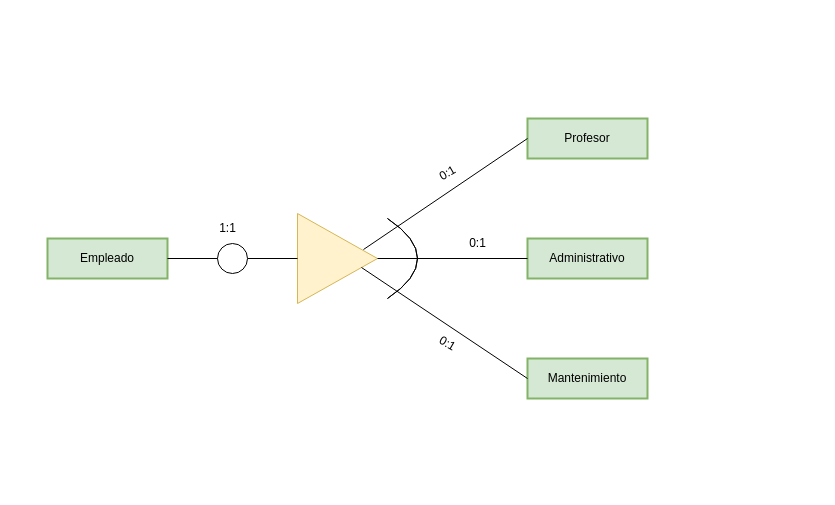
Before: page "EJ7" (5 of 9) of Tareas/Tarea3/Tarea3.drawio in JuanManuelMM/Base-Datos, a draw.io diagram. Source tidied: cells renumbered, new cells numbered last; positions are measured from the earlier drawing's top-left corner, leaving out a move shared by most shapes. Both pictures are drawn from the tidied source at 100%, with x=0, y=0 at pixel (47, 118).
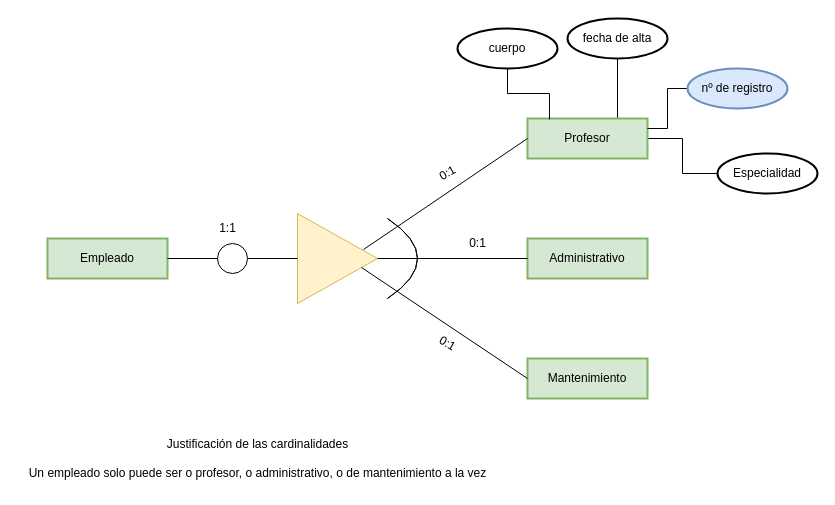
The same diagram, later.

Unchanged cells that the change refers to:
```xml
<mxCell id="5" value="Profesor" style="whiteSpace=wrap;html=1;align=center;fillColor=#d5e8d4;strokeColor=#82b366;strokeWidth=2;" parent="1" vertex="1">
  <mxGeometry x="480" width="120" height="40" as="geometry" />
</mxCell>
```

The edit, as a diff of the source:
```diff
@@
+    <mxCell id="18" style="edgeStyle=orthogonalEdgeStyle;rounded=0;jettySize=auto;html=1;exitX=1;exitY=0.5;exitDx=0;exitDy=0;entryX=0;entryY=0.5;entryDx=0;entryDy=0;startArrow=none;startFill=0;endArrow=none;endFill=0;" parent="1" edge="1" source="5" target="23">
+      <mxGeometry relative="1" as="geometry" />
+    </mxCell>
+    <mxCell id="19" style="edgeStyle=orthogonalEdgeStyle;rounded=0;jettySize=auto;html=1;exitX=0.75;exitY=0;exitDx=0;exitDy=0;entryX=0.5;entryY=1;entryDx=0;entryDy=0;startArrow=none;startFill=0;endArrow=none;endFill=0;" parent="1" edge="1" source="5" target="26">
+      <mxGeometry relative="1" as="geometry" />
+    </mxCell>
@@
+    <mxCell id="20" value="Justificación de las cardinalidades&lt;br&gt;&lt;br&gt;Un empleado solo puede ser o profesor, o administrativo, o de mantenimiento a la vez" style="text;html=1;align=center;verticalAlign=middle;strokeColor=none;fillColor=none;" parent="1" vertex="1">
+      <mxGeometry x="-30" y="310" width="480" height="60" as="geometry" />
+    </mxCell>
+    <mxCell id="21" style="edgeStyle=orthogonalEdgeStyle;rounded=0;jettySize=auto;html=1;exitX=0;exitY=0.5;exitDx=0;exitDy=0;entryX=1;entryY=0.25;entryDx=0;entryDy=0;startArrow=none;startFill=0;endArrow=none;endFill=0;" parent="1" edge="1" source="22" target="5">
+      <mxGeometry relative="1" as="geometry" />
+    </mxCell>
+    <mxCell id="22" value="nº de registro" style="ellipse;whiteSpace=wrap;html=1;align=center;strokeWidth=2;fillColor=#dae8fc;strokeColor=#6c8ebf;" parent="1" vertex="1">
+      <mxGeometry x="640" y="-50" width="100" height="40" as="geometry" />
+    </mxCell>
+    <mxCell id="23" value="Especialidad" style="ellipse;whiteSpace=wrap;html=1;align=center;strokeWidth=2;" parent="1" vertex="1">
+      <mxGeometry x="670" y="35" width="100" height="40" as="geometry" />
+    </mxCell>
+    <mxCell id="24" style="edgeStyle=orthogonalEdgeStyle;rounded=0;jettySize=auto;html=1;exitX=0.5;exitY=1;exitDx=0;exitDy=0;entryX=0.183;entryY=0.025;entryDx=0;entryDy=0;entryPerimeter=0;startArrow=none;startFill=0;endArrow=none;endFill=0;" parent="1" edge="1" source="25" target="5">
+      <mxGeometry relative="1" as="geometry" />
+    </mxCell>
+    <mxCell id="25" value="cuerpo" style="ellipse;whiteSpace=wrap;html=1;align=center;strokeWidth=2;" parent="1" vertex="1">
+      <mxGeometry x="410" y="-90" width="100" height="40" as="geometry" />
+    </mxCell>
+    <mxCell id="26" value="fecha de alta" style="ellipse;whiteSpace=wrap;html=1;align=center;strokeWidth=2;" parent="1" vertex="1">
+      <mxGeometry x="520" y="-100" width="100" height="40" as="geometry" />
+    </mxCell>
```
